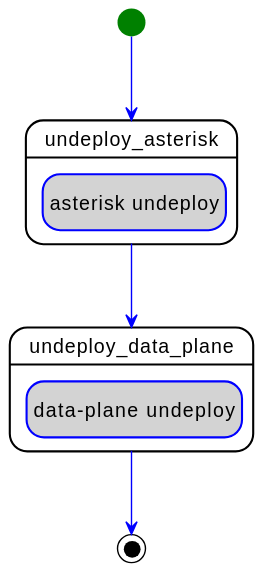
Earlier version of the PlantUML export examples/tosca-community-contributions/diagrams/uml2/examples-1.3-turandot-telephony-network-service-asterisk-cnf-asterisk-cnf-declarative_undeploy-workflow-diagram.svg (Orange-OpenSource/Cloudnet-TOSCA-toolbox). The source it was exported from:
```plantuml
@startuml
hide empty description
skinparam shadowing false
skinparam state {
  ArrowColor blue
  BorderColor blue
  EndColor black
  StartColor green
  BackGroundColor<< step >> white
  BorderColor<< step >> black
  BackGroundColor<< delegate >> lightgrey
  BackGroundColor<< set_state >> white
  BackGroundColor<< call_operation >> lightblue
  BackGroundColor<< inline >> white
}
skinparam ActivityBarColor<<fork>> DarkGreen
skinparam ActivityBarColor<<join>> DarkOrange

state "undeploy_asterisk" as step_declarative_undeploy_undeploy_asterisk << step >> {
  state "asterisk undeploy" as step_declarative_undeploy_undeploy_asterisk_asterisk_undeploy << delegate >>
}
state "undeploy_data_plane" as step_declarative_undeploy_undeploy_data_plane << step >> {
  state "data-plane undeploy" as step_declarative_undeploy_undeploy_data_plane_data_plane_undeploy << delegate >>
}
step_declarative_undeploy_undeploy_asterisk --> step_declarative_undeploy_undeploy_data_plane
[*] --> step_declarative_undeploy_undeploy_asterisk
step_declarative_undeploy_undeploy_data_plane --> [*]
@enduml
```
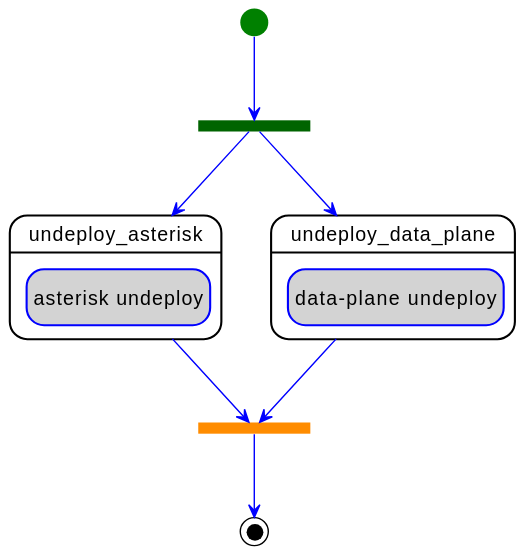
The same file after the commit.

What changed in the source:
```diff
@@ -22,7 +22,12 @@
 state "undeploy_data_plane" as step_declarative_undeploy_undeploy_data_plane << step >> {
   state "data-plane undeploy" as step_declarative_undeploy_undeploy_data_plane_data_plane_undeploy << delegate >>
 }
-step_declarative_undeploy_undeploy_asterisk --> step_declarative_undeploy_undeploy_data_plane
-[*] --> step_declarative_undeploy_undeploy_asterisk
-step_declarative_undeploy_undeploy_data_plane --> [*]
+state declarative_undeploy_fork <<fork>>
+[*] --> declarative_undeploy_fork
+declarative_undeploy_fork --> step_declarative_undeploy_undeploy_asterisk
+declarative_undeploy_fork --> step_declarative_undeploy_undeploy_data_plane
+state declarative_undeploy_join <<join>>
+declarative_undeploy_join --> [*]
+step_declarative_undeploy_undeploy_asterisk --> declarative_undeploy_join
+step_declarative_undeploy_undeploy_data_plane --> declarative_undeploy_join
 @enduml
```
